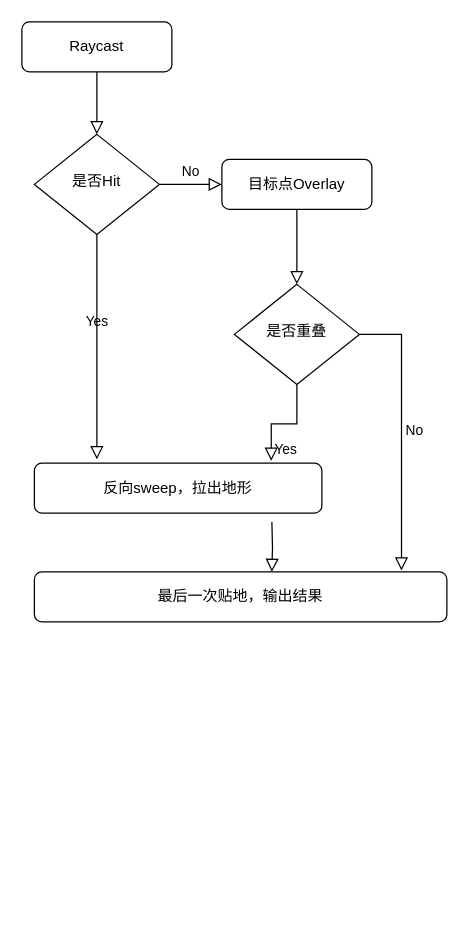
Above: Untitled Diagram.drawio in justinzhuguangwen/behaviac (draw.io), before the change. Source tidied: cells renumbered, new cells numbered last; positions are measured from the earlier drawing's top-left corner, leaving out a move shared by most shapes. Both pictures are drawn from the tidied source at 125%, with x=0, y=0 at pixel (21, 21).
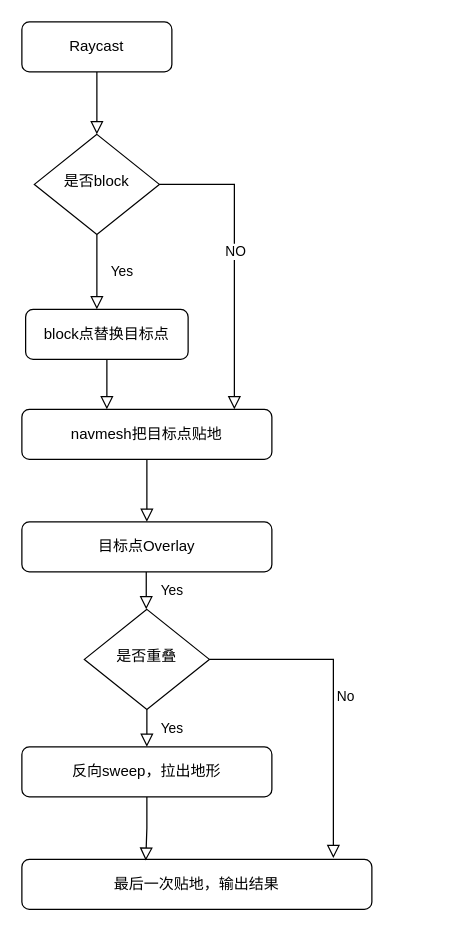
After the change.

Change to the diagram source:
```diff
@@
     <mxCell id="4" value="Yes" style="rounded=0;html=1;jettySize=auto;fontSize=11;endArrow=block;endFill=0;endSize=8;strokeWidth=1;shadow=0;labelBackgroundColor=none;edgeStyle=orthogonalEdgeStyle;" parent="1" edge="1" source="6">
       <mxGeometry y="20" relative="1" as="geometry">
-        <mxPoint x="60" y="350" as="targetPoint" />
+        <mxPoint x="60" y="230" as="targetPoint" />
+        <Array as="points">
+          <mxPoint x="60" y="230" />
+          <mxPoint x="60" y="230" />
+        </Array>
       </mxGeometry>
     </mxCell>
-    <mxCell id="5" value="No" style="edgeStyle=orthogonalEdgeStyle;rounded=0;html=1;jettySize=auto;fontSize=11;endArrow=block;endFill=0;endSize=8;strokeWidth=1;shadow=0;labelBackgroundColor=none;" parent="1" edge="1" source="6" target="7">
-      <mxGeometry y="10" relative="1" as="geometry" />
-    </mxCell>
-    <mxCell id="6" value="是否Hit" style="rhombus;whiteSpace=wrap;html=1;shadow=0;fontFamily=Helvetica;fontSize=12;align=center;strokeWidth=1;spacing=6;spacingTop=-4;" parent="1" vertex="1">
+    <mxCell id="6" value="是否block" style="rhombus;whiteSpace=wrap;html=1;shadow=0;fontFamily=Helvetica;fontSize=12;align=center;strokeWidth=1;spacing=6;spacingTop=-4;" parent="1" vertex="1">
       <mxGeometry x="10" y="90" width="100" height="80" as="geometry" />
     </mxCell>
     <mxCell id="7" value="目标点Overlay" style="rounded=1;whiteSpace=wrap;html=1;fontSize=12;glass=0;strokeWidth=1;shadow=0;" parent="1" vertex="1">
-      <mxGeometry x="160" y="110" width="120" height="40" as="geometry" />
+      <mxGeometry y="400" width="200" height="40" as="geometry" />
     </mxCell>
     <mxCell id="8" value="反向sweep，拉出地形" style="rounded=1;whiteSpace=wrap;html=1;fontSize=12;glass=0;strokeWidth=1;shadow=0;" parent="1" vertex="1">
-      <mxGeometry x="10" y="353" width="230" height="40" as="geometry" />
+      <mxGeometry y="580" width="200" height="40" as="geometry" />
     </mxCell>
     <mxCell id="9" value="是否重叠" style="rhombus;whiteSpace=wrap;html=1;shadow=0;fontFamily=Helvetica;fontSize=12;align=center;strokeWidth=1;spacing=6;spacingTop=-4;" parent="1" vertex="1">
-      <mxGeometry x="170" y="210" width="100" height="80" as="geometry" />
+      <mxGeometry x="50" y="470" width="100" height="80" as="geometry" />
     </mxCell>
-    <mxCell id="10" style="rounded=0;html=1;jettySize=auto;fontSize=11;endArrow=block;endFill=0;endSize=8;strokeWidth=1;shadow=0;labelBackgroundColor=none;edgeStyle=orthogonalEdgeStyle;exitX=0.5;exitY=1;exitDx=0;exitDy=0;entryX=0.5;entryY=0;entryDx=0;entryDy=0;" parent="1" edge="1" source="7" target="9">
-      <mxGeometry relative="1" as="geometry">
-        <Array as="points">
-          <mxPoint x="220" y="180" />
-        </Array>
-      </mxGeometry>
-    </mxCell>
     <mxCell id="11" value="No" style="edgeStyle=orthogonalEdgeStyle;rounded=0;html=1;jettySize=auto;fontSize=11;endArrow=block;endFill=0;endSize=8;strokeWidth=1;shadow=0;labelBackgroundColor=none;exitX=1;exitY=0.5;exitDx=0;exitDy=0;entryX=0.89;entryY=-0.025;entryDx=0;entryDy=0;entryPerimeter=0;" parent="1" edge="1" source="9" target="13">
       <mxGeometry y="10" relative="1" as="geometry">
         <Array as="points">
-          <mxPoint x="304" y="250" />
+          <mxPoint x="249" y="510" />
         </Array>
       </mxGeometry>
     </mxCell>
-    <mxCell id="12" value="Yes" style="rounded=0;html=1;jettySize=auto;fontSize=11;endArrow=block;endFill=0;endSize=8;strokeWidth=1;shadow=0;labelBackgroundColor=none;edgeStyle=orthogonalEdgeStyle;exitX=0.5;exitY=1;exitDx=0;exitDy=0;entryX=0.824;entryY=-0.045;entryDx=0;entryDy=0;entryPerimeter=0;" parent="1" edge="1" source="9" target="8">
+    <mxCell id="12" value="Yes" style="rounded=0;html=1;jettySize=auto;fontSize=11;endArrow=block;endFill=0;endSize=8;strokeWidth=1;shadow=0;labelBackgroundColor=none;edgeStyle=orthogonalEdgeStyle;exitX=0.5;exitY=1;exitDx=0;exitDy=0;entryX=0.5;entryY=0;entryDx=0;entryDy=0;" parent="1" edge="1" source="9" target="8">
       <mxGeometry y="20" relative="1" as="geometry" />
     </mxCell>
     <mxCell id="13" value="最后一次贴地，输出结果" style="rounded=1;whiteSpace=wrap;html=1;fontSize=12;glass=0;strokeWidth=1;shadow=0;" parent="1" vertex="1">
-      <mxGeometry x="10" y="440" width="330" height="40" as="geometry" />
+      <mxGeometry y="670" width="280" height="40" as="geometry" />
     </mxCell>
-    <mxCell id="14" style="rounded=0;html=1;jettySize=auto;orthogonalLoop=1;fontSize=11;endArrow=block;endFill=0;endSize=8;strokeWidth=1;shadow=0;labelBackgroundColor=none;edgeStyle=orthogonalEdgeStyle;" parent="1" edge="1">
-      <mxGeometry relative="1" as="geometry">
-        <mxPoint x="200" y="400" as="sourcePoint" />
-        <mxPoint x="200" y="440" as="targetPoint" />
-      </mxGeometry>
-    </mxCell>
+    <mxCell id="15" value="block点替换目标点" style="rounded=1;whiteSpace=wrap;html=1;fontSize=12;glass=0;strokeWidth=1;shadow=0;" parent="1" vertex="1">
+      <mxGeometry x="3" y="230" width="130" height="40" as="geometry" />
+    </mxCell>
+    <mxCell id="16" value="navmesh把目标点贴地" style="rounded=1;whiteSpace=wrap;html=1;fontSize=12;glass=0;strokeWidth=1;shadow=0;" parent="1" vertex="1">
+      <mxGeometry y="310" width="200" height="40" as="geometry" />
+    </mxCell>
+    <mxCell id="17" style="rounded=0;html=1;jettySize=auto;fontSize=11;endArrow=block;endFill=0;endSize=8;strokeWidth=1;shadow=0;labelBackgroundColor=none;edgeStyle=orthogonalEdgeStyle;exitX=1;exitY=0.5;exitDx=0;exitDy=0;" parent="1" edge="1" source="6">
+      <mxGeometry relative="1" as="geometry">
+        <mxPoint x="170" y="310" as="targetPoint" />
+        <Array as="points">
+          <mxPoint x="170" y="130" />
+        </Array>
+      </mxGeometry>
+    </mxCell>
+    <mxCell id="18" value="NO" style="edgeLabel;html=1;align=center;verticalAlign=middle;" parent="17" vertex="1">
+      <mxGeometry x="-0.06" relative="1" as="geometry" />
+    </mxCell>
+    <mxCell id="19" style="rounded=0;html=1;jettySize=auto;fontSize=11;endArrow=block;endFill=0;endSize=8;strokeWidth=1;shadow=0;labelBackgroundColor=none;edgeStyle=orthogonalEdgeStyle;exitX=0.5;exitY=1;exitDx=0;exitDy=0;entryX=0.34;entryY=0;entryDx=0;entryDy=0;entryPerimeter=0;" parent="1" edge="1" source="15" target="16">
+      <mxGeometry relative="1" as="geometry" />
+    </mxCell>
+    <mxCell id="20" style="rounded=0;html=1;jettySize=auto;fontSize=11;endArrow=block;endFill=0;endSize=8;strokeWidth=1;shadow=0;labelBackgroundColor=none;edgeStyle=orthogonalEdgeStyle;exitX=0.5;exitY=1;exitDx=0;exitDy=0;entryX=0.5;entryY=0;entryDx=0;entryDy=0;" parent="1" edge="1" source="16" target="7">
+      <mxGeometry relative="1" as="geometry" />
+    </mxCell>
+    <mxCell id="21" value="Yes" style="rounded=0;html=1;jettySize=auto;orthogonalLoop=1;fontSize=11;endArrow=block;endFill=0;endSize=8;strokeWidth=1;shadow=0;labelBackgroundColor=none;edgeStyle=orthogonalEdgeStyle;" parent="1" edge="1">
+      <mxGeometry y="20" relative="1" as="geometry">
+        <mxPoint x="100" y="440" as="sourcePoint" />
+        <mxPoint x="99.5" y="470" as="targetPoint" />
+        <Array as="points">
+          <mxPoint x="99.5" y="470" />
+          <mxPoint x="99.5" y="470" />
+        </Array>
+      </mxGeometry>
+    </mxCell>
+    <mxCell id="22" style="rounded=0;html=1;jettySize=auto;fontSize=11;endArrow=block;endFill=0;endSize=8;strokeWidth=1;shadow=0;labelBackgroundColor=none;edgeStyle=orthogonalEdgeStyle;exitX=0.5;exitY=1;exitDx=0;exitDy=0;entryX=0.354;entryY=0.025;entryDx=0;entryDy=0;entryPerimeter=0;" parent="1" edge="1" source="8" target="13">
+      <mxGeometry relative="1" as="geometry" />
+    </mxCell>
```
